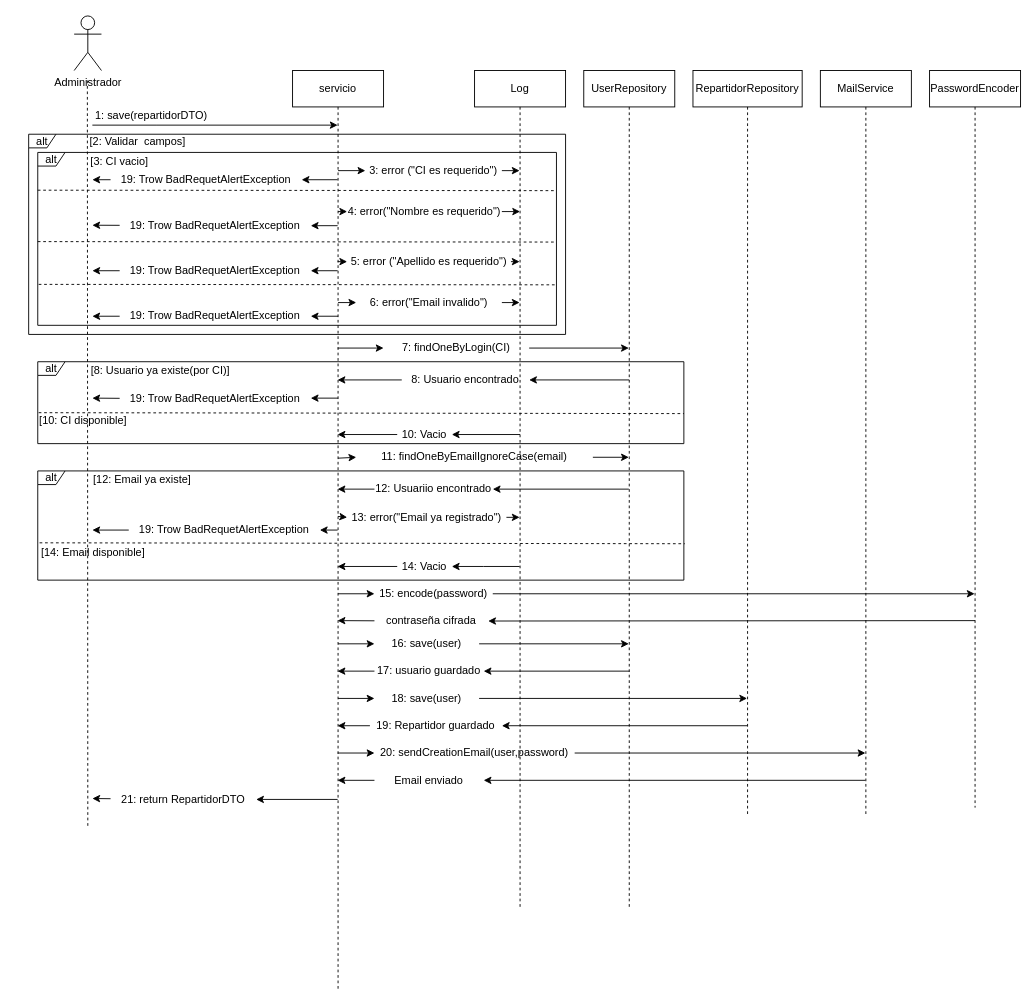
Above: src/main/resources/Diagrama sin título.drawio in jennfcv/clarvid_backend (draw.io), before the change. Source tidied: cells renumbered, new cells numbered last; positions are measured from the earlier drawing's top-left corner, leaving out a move shared by most shapes. Both pictures are drawn from the tidied source at 91%, with x=0, y=0 at pixel (15, 15).
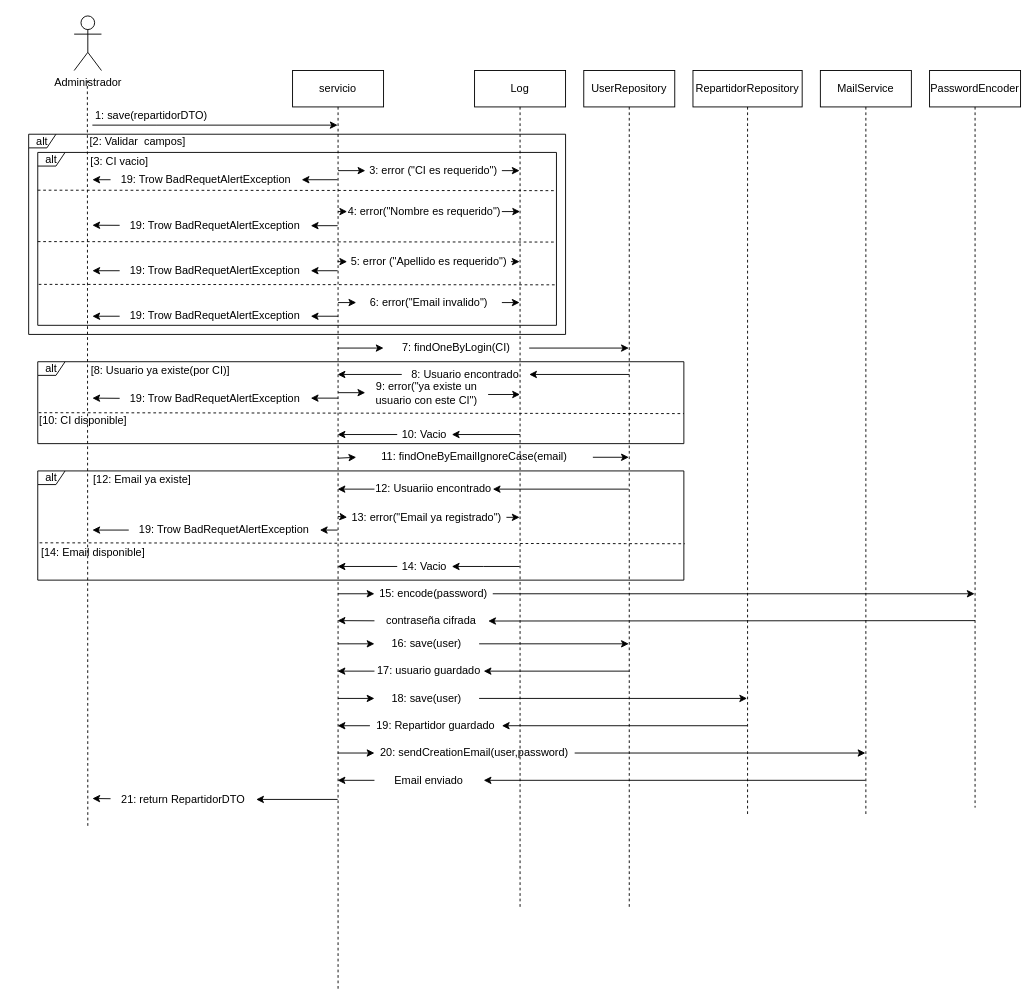
After the change.

What changed in the source:
```diff
@@
-    <mxCell id="50" style="endArrow=classic;html=1;rounded=0;" parent="1" edge="1" source="53">
+    <mxCell id="50" style="endArrow=classic;html=1;rounded=0;exitX=0;exitY=0.5;exitDx=0;exitDy=0;" parent="1" edge="1" source="53">
       <mxGeometry relative="1" as="geometry">
-        <mxPoint x="353.5" y="400" as="targetPoint" />
+        <mxPoint x="353.5" y="394" as="targetPoint" />
       </mxGeometry>
     </mxCell>
@@
-    <mxCell id="52" style="endArrow=classic;html=1;rounded=0;" parent="1" edge="1" target="53">
+    <mxCell id="52" style="endArrow=classic;html=1;rounded=0;entryX=1;entryY=0.5;entryDx=0;entryDy=0;" parent="1" edge="1" target="53">
       <mxGeometry relative="1" as="geometry">
-        <mxPoint x="674" y="400" as="sourcePoint" />
+        <mxPoint x="674" y="394" as="sourcePoint" />
       </mxGeometry>
     </mxCell>
     <mxCell id="53" value="8: Usuario encontrado" style="text;html=1;align=center;verticalAlign=middle;whiteSpace=wrap;rounded=0;" parent="1" vertex="1">
-      <mxGeometry x="424" y="385" width="140" height="30" as="geometry" />
+      <mxGeometry x="424" y="379" width="140" height="30" as="geometry" />
     </mxCell>
@@
+    <mxCell id="105" style="endArrow=classic;html=1;rounded=0;entryX=0.5;entryY=0.387;entryDx=0;entryDy=0;entryPerimeter=0;" parent="1" edge="1">
+      <mxGeometry relative="1" as="geometry">
+        <mxPoint x="518.9" y="416" as="sourcePoint" />
+        <mxPoint x="553.9" y="416" as="targetPoint" />
+      </mxGeometry>
+    </mxCell>
+    <mxCell id="106" style="endArrow=classic;html=1;rounded=0;entryX=0;entryY=0.467;entryDx=0;entryDy=0;entryPerimeter=0;" parent="1" edge="1" target="107">
+      <mxGeometry relative="1" as="geometry">
+        <mxPoint x="354.1" y="414" as="sourcePoint" />
+      </mxGeometry>
+    </mxCell>
+    <mxCell id="107" value="9: error(&quot;ya existe un usuario con este CI&quot;)" style="text;html=1;align=center;verticalAlign=middle;whiteSpace=wrap;rounded=0;" parent="1" vertex="1">
+      <mxGeometry x="383.9" y="400" width="135" height="30" as="geometry" />
+    </mxCell>
```
